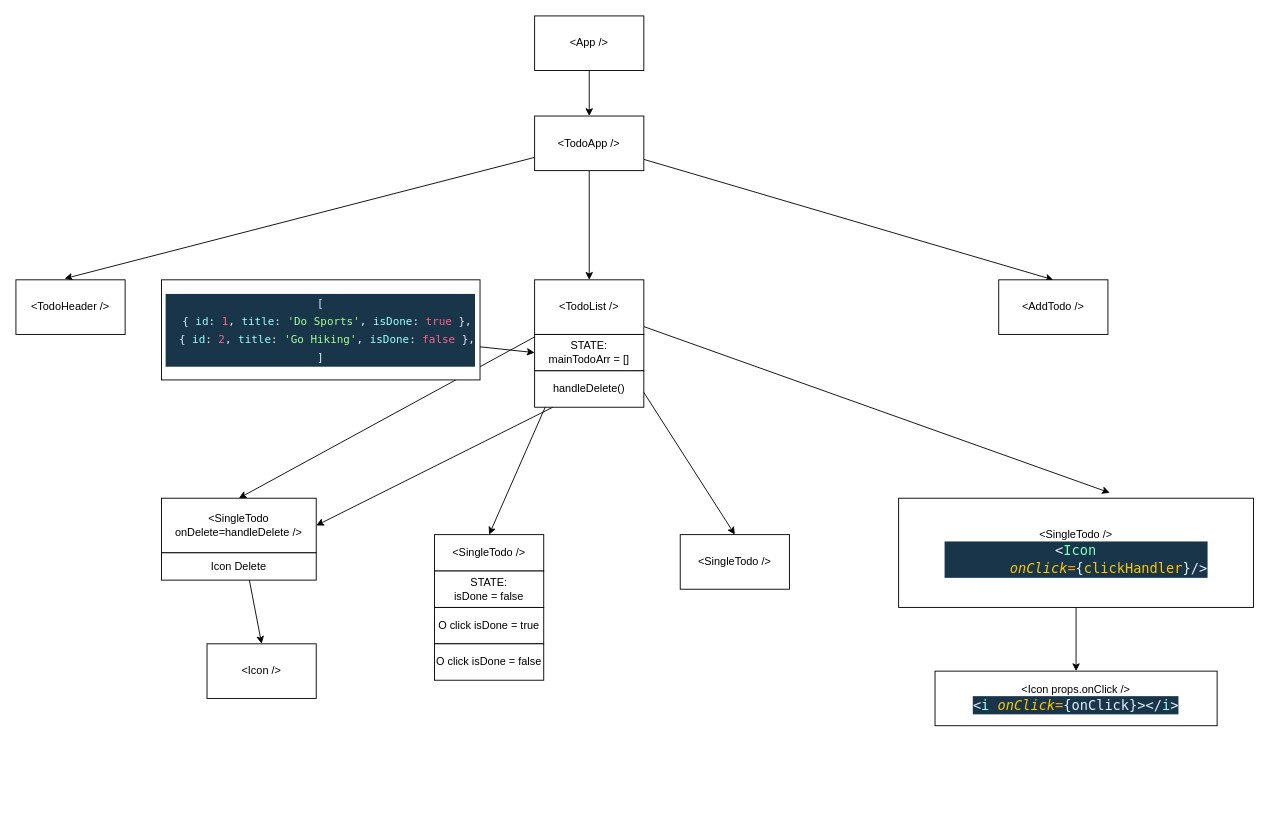
This is diagram.drawio from Stasysj/type8-react-06-props-forms-todo, a draw.io file, before an edit. Source tidied: cells renumbered, new cells numbered last; positions are measured from the earlier drawing's top-left corner, leaving out a move shared by most shapes. Both pictures are drawn from the tidied source at 91%, with x=0, y=0 at pixel (15, 15).
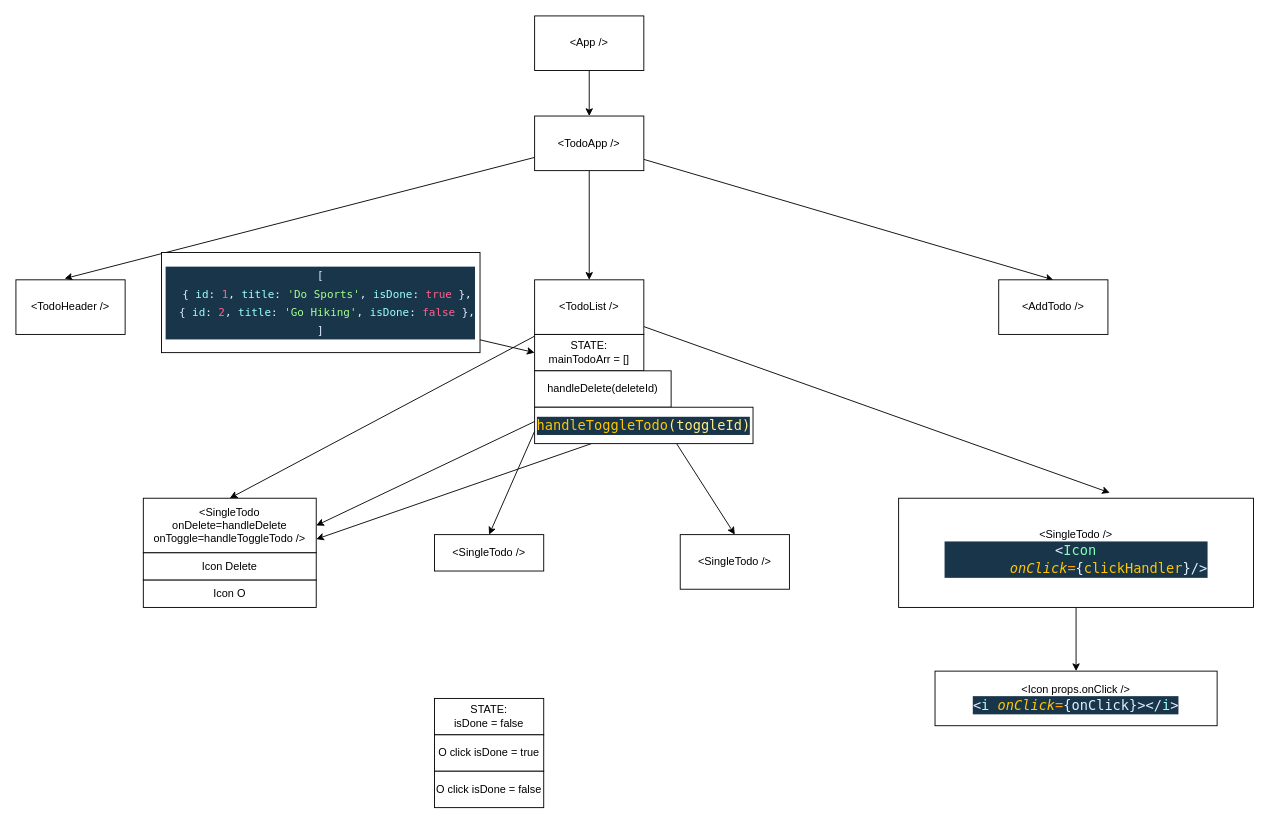
After the change.

Change to the diagram source:
```diff
@@
-    <mxCell id="15" style="edgeStyle=none;html=1;entryX=0.5;entryY=0;entryDx=0;entryDy=0;" parent="1" edge="1" source="16" target="21">
-      <mxGeometry relative="1" as="geometry" />
-    </mxCell>
-    <mxCell id="16" value="&amp;lt;SingleTodo onDelete=handleDelete /&amp;gt;" style="rounded=0;whiteSpace=wrap;html=1;" parent="1" vertex="1">
-      <mxGeometry x="160" y="530" width="170" height="60" as="geometry" />
+    <mxCell id="16" value="&amp;lt;SingleTodo onDelete=handleDelete &lt;br&gt;onToggle=handleToggleTodo /&amp;gt;" style="rounded=0;whiteSpace=wrap;html=1;" parent="1" vertex="1">
+      <mxGeometry x="140" y="530" width="190" height="60" as="geometry" />
     </mxCell>
@@
-    <mxCell id="21" value="&amp;lt;Icon /&amp;gt;" style="rounded=0;whiteSpace=wrap;html=1;" parent="1" vertex="1">
-      <mxGeometry x="210" y="690" width="120" height="60" as="geometry" />
-    </mxCell>
     <mxCell id="22" value="STATE: &lt;br&gt;isDone = false" style="rounded=0;whiteSpace=wrap;html=1;" parent="1" vertex="1">
-      <mxGeometry x="460" y="610" width="120" height="40" as="geometry" />
+      <mxGeometry x="460" y="750" width="120" height="40" as="geometry" />
     </mxCell>
     <mxCell id="23" value="O click isDone = true" style="rounded=0;whiteSpace=wrap;html=1;" parent="1" vertex="1">
-      <mxGeometry x="460" y="650" width="120" height="40" as="geometry" />
+      <mxGeometry x="460" y="790" width="120" height="40" as="geometry" />
     </mxCell>
     <mxCell id="24" value="O click isDone = false" style="rounded=0;whiteSpace=wrap;html=1;" parent="1" vertex="1">
-      <mxGeometry x="460" y="690" width="120" height="40" as="geometry" />
+      <mxGeometry x="460" y="830" width="120" height="40" as="geometry" />
     </mxCell>
@@
     <mxCell id="27" value="&lt;div style=&quot;color: rgb(255 , 255 , 255) ; background-color: rgb(25 , 53 , 73) ; font-family: &amp;#34;cascadia code&amp;#34; , &amp;#34;menlo&amp;#34; , &amp;#34;monaco&amp;#34; , &amp;#34;courier new&amp;#34; , monospace , &amp;#34;consolas&amp;#34; , &amp;#34;courier new&amp;#34; , monospace ; line-height: 20px&quot;&gt;&lt;div&gt;&lt;span style=&quot;color: #e1efff&quot;&gt;[&lt;/span&gt;&lt;/div&gt;&lt;div&gt;&lt;span style=&quot;color: #9effff&quot;&gt;&amp;nbsp; &lt;/span&gt;&lt;span style=&quot;color: #e1efff&quot;&gt;{&lt;/span&gt;&lt;span style=&quot;color: #9effff&quot;&gt; &lt;/span&gt;&lt;span style=&quot;color: #9effff&quot;&gt;id&lt;/span&gt;&lt;span style=&quot;color: #e1efff&quot;&gt;:&lt;/span&gt;&lt;span style=&quot;color: #9effff&quot;&gt; &lt;/span&gt;&lt;span style=&quot;color: #ff628c&quot;&gt;1&lt;/span&gt;&lt;span style=&quot;color: #e1efff&quot;&gt;,&lt;/span&gt;&lt;span style=&quot;color: #9effff&quot;&gt; &lt;/span&gt;&lt;span style=&quot;color: #9effff&quot;&gt;title&lt;/span&gt;&lt;span style=&quot;color: #e1efff&quot;&gt;:&lt;/span&gt;&lt;span style=&quot;color: #9effff&quot;&gt; &lt;/span&gt;&lt;span style=&quot;color: #92fc79&quot;&gt;'&lt;/span&gt;&lt;span style=&quot;color: #a5ff90&quot;&gt;Do Sports&lt;/span&gt;&lt;span style=&quot;color: #92fc79&quot;&gt;'&lt;/span&gt;&lt;span style=&quot;color: #e1efff&quot;&gt;,&lt;/span&gt;&lt;span style=&quot;color: #9effff&quot;&gt; &lt;/span&gt;&lt;span style=&quot;color: #9effff&quot;&gt;isDone&lt;/span&gt;&lt;span style=&quot;color: #e1efff&quot;&gt;:&lt;/span&gt;&lt;span style=&quot;color: #9effff&quot;&gt; &lt;/span&gt;&lt;span style=&quot;color: #ff628c&quot;&gt;true&lt;/span&gt;&lt;span style=&quot;color: #9effff&quot;&gt; &lt;/span&gt;&lt;span style=&quot;color: #e1efff&quot;&gt;},&lt;/span&gt;&lt;/div&gt;&lt;div&gt;&lt;span style=&quot;color: #9effff&quot;&gt;&amp;nbsp; &lt;/span&gt;&lt;span style=&quot;color: #e1efff&quot;&gt;{&lt;/span&gt;&lt;span style=&quot;color: #9effff&quot;&gt; &lt;/span&gt;&lt;span style=&quot;color: #9effff&quot;&gt;id&lt;/span&gt;&lt;span style=&quot;color: #e1efff&quot;&gt;:&lt;/span&gt;&lt;span style=&quot;color: #9effff&quot;&gt; &lt;/span&gt;&lt;span style=&quot;color: #ff628c&quot;&gt;2&lt;/span&gt;&lt;span style=&quot;color: #e1efff&quot;&gt;,&lt;/span&gt;&lt;span style=&quot;color: #9effff&quot;&gt; &lt;/span&gt;&lt;span style=&quot;color: #9effff&quot;&gt;title&lt;/span&gt;&lt;span style=&quot;color: #e1efff&quot;&gt;:&lt;/span&gt;&lt;span style=&quot;color: #9effff&quot;&gt; &lt;/span&gt;&lt;span style=&quot;color: #92fc79&quot;&gt;'&lt;/span&gt;&lt;span style=&quot;color: #a5ff90&quot;&gt;Go Hiking&lt;/span&gt;&lt;span style=&quot;color: #92fc79&quot;&gt;'&lt;/span&gt;&lt;span style=&quot;color: #e1efff&quot;&gt;,&lt;/span&gt;&lt;span style=&quot;color: #9effff&quot;&gt; &lt;/span&gt;&lt;span style=&quot;color: #9effff&quot;&gt;isDone&lt;/span&gt;&lt;span style=&quot;color: #e1efff&quot;&gt;:&lt;/span&gt;&lt;span style=&quot;color: #9effff&quot;&gt; &lt;/span&gt;&lt;span style=&quot;color: #ff628c&quot;&gt;false&lt;/span&gt;&lt;span style=&quot;color: #9effff&quot;&gt; &lt;/span&gt;&lt;span style=&quot;color: #e1efff&quot;&gt;},&lt;/span&gt;&lt;/div&gt;&lt;div&gt;&lt;span style=&quot;color: #e1efff&quot;&gt;]&lt;/span&gt;&lt;/div&gt;&lt;/div&gt;" style="rounded=0;whiteSpace=wrap;html=1;" parent="1" vertex="1">
-      <mxGeometry x="160" y="290" width="350" height="110" as="geometry" />
+      <mxGeometry x="160" y="260" width="350" height="110" as="geometry" />
     </mxCell>
@@
     <mxCell id="29" value="Icon Delete" style="rounded=0;whiteSpace=wrap;html=1;" parent="1" vertex="1">
-      <mxGeometry x="160" y="590" width="170" height="30" as="geometry" />
+      <mxGeometry x="140" y="590" width="190" height="30" as="geometry" />
     </mxCell>
@@
-    <mxCell id="31" value="handleDelete()" style="rounded=0;whiteSpace=wrap;html=1;" parent="1" vertex="1">
-      <mxGeometry x="570" y="390" width="120" height="40" as="geometry" />
+    <mxCell id="31" value="handleDelete(deleteId)" style="rounded=0;whiteSpace=wrap;html=1;" parent="1" vertex="1">
+      <mxGeometry x="570" y="390" width="150" height="40" as="geometry" />
     </mxCell>
+    <mxCell id="32" style="edgeStyle=none;html=1;entryX=1;entryY=0.75;entryDx=0;entryDy=0;" parent="1" edge="1" source="33" target="16">
+      <mxGeometry relative="1" as="geometry" />
+    </mxCell>
+    <mxCell id="33" value="&lt;div style=&quot;color: rgb(255 , 255 , 255) ; background-color: rgb(25 , 53 , 73) ; font-family: &amp;#34;cascadia code&amp;#34; , &amp;#34;menlo&amp;#34; , &amp;#34;monaco&amp;#34; , &amp;#34;courier new&amp;#34; , monospace , &amp;#34;consolas&amp;#34; , &amp;#34;courier new&amp;#34; , monospace ; font-size: 15px ; line-height: 20px&quot;&gt;&lt;span style=&quot;color: #ffc600&quot;&gt;handleToggleTodo&lt;/span&gt;&lt;span style=&quot;color: #ffee80&quot;&gt;(toggleId)&lt;/span&gt;&lt;/div&gt;" style="rounded=0;whiteSpace=wrap;html=1;" parent="1" vertex="1">
+      <mxGeometry x="570" y="430" width="240" height="40" as="geometry" />
+    </mxCell>
+    <mxCell id="34" value="Icon O" style="rounded=0;whiteSpace=wrap;html=1;" parent="1" vertex="1">
+      <mxGeometry x="140" y="620" width="190" height="30" as="geometry" />
+    </mxCell>
```
